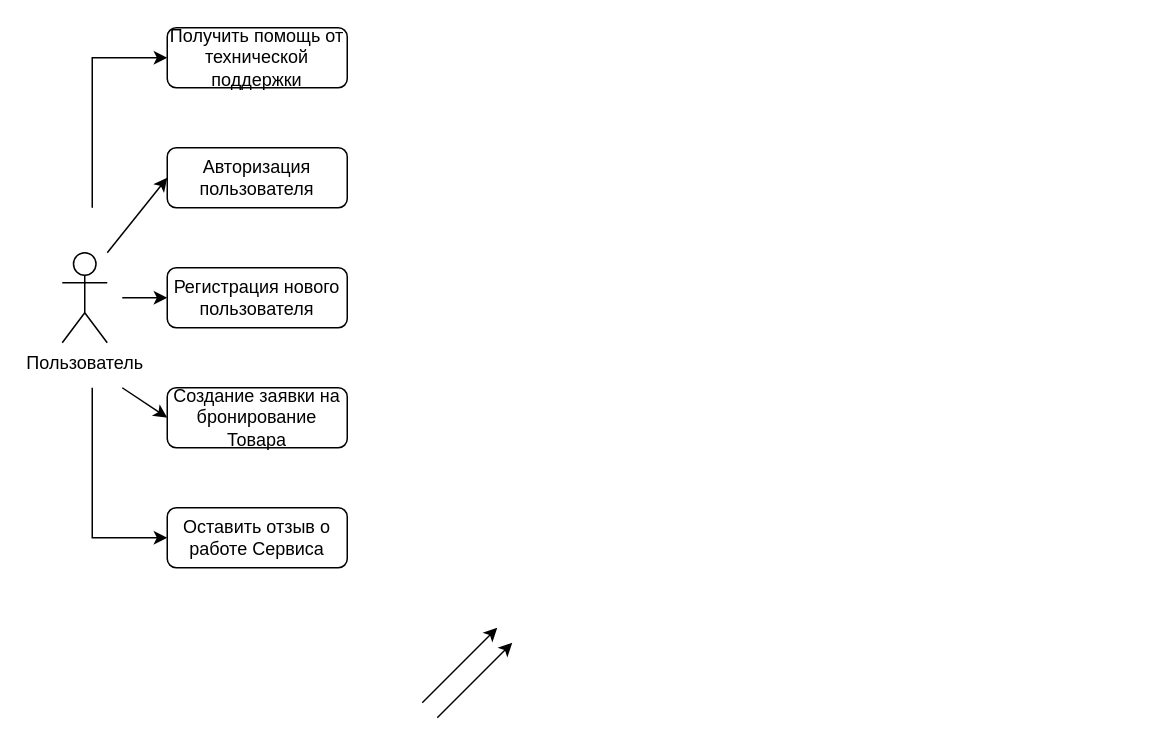
Before: Диаграмма Крутиколеса.drawio in pytonuserouner/UML_study, a draw.io diagram. Source tidied: cells renumbered, new cells numbered last; positions are measured from the earlier drawing's top-left corner, leaving out a move shared by most shapes. Both pictures are drawn from the tidied source at 150%, with x=0, y=0 at pixel (62, 27).
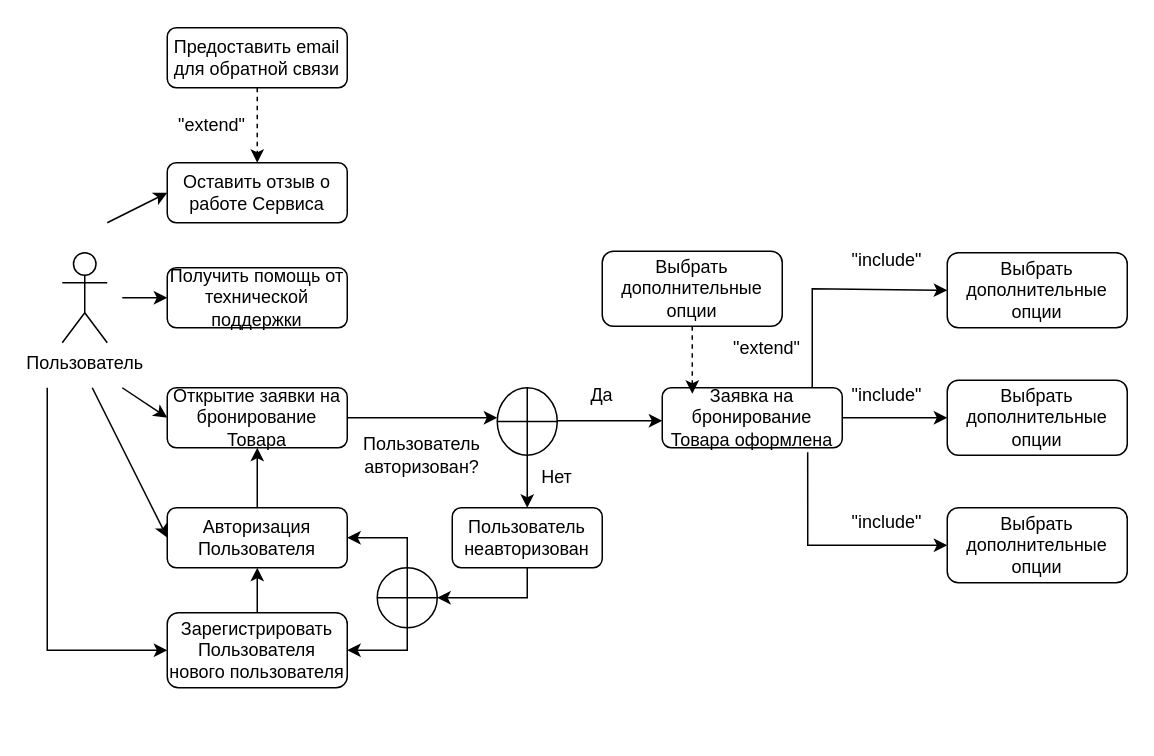
After the change.

Change to the diagram source:
```diff
@@
-    <mxCell id="2" value="Создание заявки на бронирование Товара" style="rounded=1;whiteSpace=wrap;html=1;fontSize=12;glass=0;strokeWidth=1;shadow=0;" parent="1" vertex="1">
+    <mxCell id="2" value="Открытие заявки на бронирование Товара" style="rounded=1;whiteSpace=wrap;html=1;fontSize=12;glass=0;strokeWidth=1;shadow=0;" parent="1" vertex="1">
       <mxGeometry x="70" y="240" width="120" height="40" as="geometry" />
     </mxCell>
-    <mxCell id="3" value="Авторизация пользователя" style="rounded=1;whiteSpace=wrap;html=1;" parent="1" vertex="1">
-      <mxGeometry x="70" y="80" width="120" height="40" as="geometry" />
-    </mxCell>
-    <mxCell id="4" value="Регистрация нового пользователя" style="rounded=1;whiteSpace=wrap;html=1;fontSize=12;glass=0;strokeWidth=1;shadow=0;" parent="1" vertex="1">
-      <mxGeometry x="70" y="160" width="120" height="40" as="geometry" />
+    <mxCell id="4" value="Зарегистрировать Пользователя нового пользователя" style="rounded=1;whiteSpace=wrap;html=1;fontSize=12;glass=0;strokeWidth=1;shadow=0;" parent="1" vertex="1">
+      <mxGeometry x="70" y="390" width="120" height="50" as="geometry" />
     </mxCell>
@@
-    <mxCell id="6" style="endArrow=classic;html=1;rounded=0;entryX=0;entryY=0.5;entryDx=0;entryDy=0;" parent="1" edge="1" target="3">
-      <mxGeometry relative="1" as="geometry">
-        <mxPoint x="30" y="150" as="sourcePoint" />
-      </mxGeometry>
-    </mxCell>
-    <mxCell id="7" style="endArrow=classic;html=1;rounded=0;entryX=0;entryY=0.5;entryDx=0;entryDy=0;" parent="1" edge="1" target="4">
-      <mxGeometry relative="1" as="geometry">
-        <mxPoint x="40" y="180" as="sourcePoint" />
-      </mxGeometry>
-    </mxCell>
@@
-    <mxCell id="9" style="endArrow=classic;html=1;rounded=0;entryX=0;entryY=0.5;entryDx=0;entryDy=0;" parent="1" edge="1" target="13">
-      <mxGeometry relative="1" as="geometry">
-        <mxPoint x="20" y="120" as="sourcePoint" />
-        <Array as="points">
-          <mxPoint x="20" y="20" />
-        </Array>
-      </mxGeometry>
-    </mxCell>
-    <mxCell id="10" style="endArrow=classic;html=1;rounded=0;" parent="1" edge="1">
-      <mxGeometry relative="1" as="geometry">
-        <mxPoint x="20" y="240" as="sourcePoint" />
-        <mxPoint x="70" y="340" as="targetPoint" />
-        <Array as="points">
-          <mxPoint x="20" y="340" />
-        </Array>
-      </mxGeometry>
-    </mxCell>
-    <mxCell id="11" style="endArrow=classic;html=1;rounded=0;" parent="1" edge="1">
+    <mxCell id="11" style="endArrow=classic;html=1;rounded=0;entryX=0;entryY=0.5;entryDx=0;entryDy=0;exitX=1;exitY=0.5;exitDx=0;exitDy=0;" parent="1" edge="1" source="2">
       <mxGeometry relative="1" as="geometry">
-        <mxPoint x="240" y="450" as="sourcePoint" />
-        <mxPoint x="290" y="400" as="targetPoint" />
+        <mxPoint x="290" y="260" as="targetPoint" />
       </mxGeometry>
     </mxCell>
-    <mxCell id="12" style="endArrow=classic;html=1;rounded=0;" parent="1" edge="1">
-      <mxGeometry relative="1" as="geometry">
-        <mxPoint x="250" y="460" as="sourcePoint" />
-        <mxPoint x="300" y="410" as="targetPoint" />
-      </mxGeometry>
-    </mxCell>
     <mxCell id="13" value="Получить помощь от технической поддержки" style="rounded=1;whiteSpace=wrap;html=1;" parent="1" vertex="1">
-      <mxGeometry x="70" width="120" height="40" as="geometry" />
+      <mxGeometry x="70" y="160" width="120" height="40" as="geometry" />
     </mxCell>
     <mxCell id="14" value="Оставить отзыв о работе Сервиса" style="rounded=1;whiteSpace=wrap;html=1;" parent="1" vertex="1">
-      <mxGeometry x="70" y="320" width="120" height="40" as="geometry" />
+      <mxGeometry x="70" y="90" width="120" height="40" as="geometry" />
     </mxCell>
+    <mxCell id="15" value="Пользователь авторизован?" style="text;html=1;align=center;verticalAlign=middle;whiteSpace=wrap;rounded=0;" parent="1" vertex="1">
+      <mxGeometry x="210" y="270" width="60" height="30" as="geometry" />
+    </mxCell>
+    <mxCell id="16" value="Нет" style="text;html=1;align=center;verticalAlign=middle;whiteSpace=wrap;rounded=0;" parent="1" vertex="1">
+      <mxGeometry x="300" y="285" width="60" height="30" as="geometry" />
+    </mxCell>
+    <mxCell id="17" style="endArrow=classic;html=1;rounded=0;entryX=0;entryY=0.5;entryDx=0;entryDy=0;" parent="1" edge="1" target="13">
+      <mxGeometry relative="1" as="geometry">
+        <mxPoint x="40" y="180" as="sourcePoint" />
+      </mxGeometry>
+    </mxCell>
+    <mxCell id="18" style="endArrow=classic;html=1;rounded=0;exitX=0.5;exitY=0;exitDx=0;exitDy=0;entryX=0.5;entryY=1;entryDx=0;entryDy=0;" parent="1" edge="1" source="4" target="20">
+      <mxGeometry relative="1" as="geometry" />
+    </mxCell>
+    <mxCell id="19" value="Да" style="text;html=1;align=center;verticalAlign=middle;whiteSpace=wrap;rounded=0;" parent="1" vertex="1">
+      <mxGeometry x="330" y="230" width="60" height="30" as="geometry" />
+    </mxCell>
+    <mxCell id="20" value="Авторизация Пользователя" style="rounded=1;whiteSpace=wrap;html=1;" parent="1" vertex="1">
+      <mxGeometry x="70" y="320" width="120" height="40" as="geometry" />
+    </mxCell>
+    <mxCell id="21" style="endArrow=classic;html=1;rounded=0;" parent="1" edge="1">
+      <mxGeometry relative="1" as="geometry">
+        <mxPoint x="20" y="240" as="sourcePoint" />
+        <mxPoint x="70" y="340" as="targetPoint" />
+      </mxGeometry>
+    </mxCell>
+    <mxCell id="22" style="endArrow=classic;html=1;rounded=0;entryX=0.5;entryY=1;entryDx=0;entryDy=0;" parent="1" edge="1" target="2">
+      <mxGeometry relative="1" as="geometry">
+        <mxPoint x="130" y="320" as="sourcePoint" />
+      </mxGeometry>
+    </mxCell>
+    <mxCell id="23" value="Пользователь неавторизован" style="rounded=1;whiteSpace=wrap;html=1;" parent="1" vertex="1">
+      <mxGeometry x="260" y="320" width="100" height="40" as="geometry" />
+    </mxCell>
+    <mxCell id="24" style="endArrow=classic;html=1;rounded=0;exitX=0.5;exitY=1;exitDx=0;exitDy=0;entryX=0.5;entryY=0;entryDx=0;entryDy=0;" parent="1" edge="1" source="27" target="23">
+      <mxGeometry relative="1" as="geometry" />
+    </mxCell>
+    <mxCell id="25" style="endArrow=classic;html=1;rounded=0;entryX=0;entryY=0.5;entryDx=0;entryDy=0;edgeStyle=orthogonalEdgeStyle;" parent="1" edge="1" target="4">
+      <mxGeometry relative="1" as="geometry">
+        <mxPoint x="-10" y="240" as="sourcePoint" />
+        <Array as="points">
+          <mxPoint x="-10" y="415" />
+        </Array>
+      </mxGeometry>
+    </mxCell>
+    <mxCell id="26" style="endArrow=classic;html=1;rounded=0;entryX=0;entryY=0.5;entryDx=0;entryDy=0;" parent="1" edge="1" target="14">
+      <mxGeometry relative="1" as="geometry">
+        <mxPoint x="30" y="130" as="sourcePoint" />
+      </mxGeometry>
+    </mxCell>
+    <mxCell id="27" style="shape=orEllipse;perimeter=ellipsePerimeter;whiteSpace=wrap;html=1;backgroundOutline=1;" parent="1" vertex="1">
+      <mxGeometry x="290" y="240" width="40" height="45" as="geometry" />
+    </mxCell>
+    <mxCell id="28" style="endArrow=classic;html=1;rounded=0;" parent="1" edge="1">
+      <mxGeometry relative="1" as="geometry">
+        <mxPoint x="330" y="262" as="sourcePoint" />
+        <mxPoint x="400" y="262" as="targetPoint" />
+      </mxGeometry>
+    </mxCell>
+    <mxCell id="29" style="endArrow=classic;html=1;rounded=0;entryX=0.5;entryY=0;entryDx=0;entryDy=0;dashed=1;" parent="1" edge="1" target="14">
+      <mxGeometry relative="1" as="geometry">
+        <mxPoint x="130" y="40" as="sourcePoint" />
+      </mxGeometry>
+    </mxCell>
+    <mxCell id="30" value="Предоставить email для обратной связи" style="rounded=1;whiteSpace=wrap;html=1;" parent="1" vertex="1">
+      <mxGeometry x="70" width="120" height="40" as="geometry" />
+    </mxCell>
+    <mxCell id="31" value="&quot;extend&quot;" style="text;html=1;align=center;verticalAlign=middle;whiteSpace=wrap;rounded=0;" parent="1" vertex="1">
+      <mxGeometry x="70" y="50" width="60" height="30" as="geometry" />
+    </mxCell>
+    <mxCell id="32" style="shape=orEllipse;perimeter=ellipsePerimeter;whiteSpace=wrap;html=1;backgroundOutline=1;" parent="1" vertex="1">
+      <mxGeometry x="210" y="360" width="40" height="40" as="geometry" />
+    </mxCell>
+    <mxCell id="33" style="endArrow=classic;html=1;rounded=0;entryX=1;entryY=0.5;entryDx=0;entryDy=0;exitX=0.5;exitY=1;exitDx=0;exitDy=0;edgeStyle=orthogonalEdgeStyle;" parent="1" edge="1" source="23" target="32">
+      <mxGeometry relative="1" as="geometry" />
+    </mxCell>
+    <mxCell id="34" style="endArrow=classic;html=1;rounded=0;entryX=1;entryY=0.5;entryDx=0;entryDy=0;exitX=0.5;exitY=0;exitDx=0;exitDy=0;edgeStyle=orthogonalEdgeStyle;" parent="1" edge="1" source="32" target="20">
+      <mxGeometry relative="1" as="geometry" />
+    </mxCell>
+    <mxCell id="35" style="endArrow=classic;html=1;rounded=0;entryX=1;entryY=0.5;entryDx=0;entryDy=0;exitX=0.5;exitY=1;exitDx=0;exitDy=0;edgeStyle=orthogonalEdgeStyle;" parent="1" edge="1" source="32" target="4">
+      <mxGeometry relative="1" as="geometry" />
+    </mxCell>
+    <mxCell id="36" value="Заявка на бронирование Товара оформлена" style="rounded=1;whiteSpace=wrap;html=1;fontSize=12;glass=0;strokeWidth=1;shadow=0;" parent="1" vertex="1">
+      <mxGeometry x="400" y="240" width="120" height="40" as="geometry" />
+    </mxCell>
+    <mxCell id="37" value="Выбрать дополнительные опции" style="rounded=1;whiteSpace=wrap;html=1;fontSize=12;glass=0;strokeWidth=1;shadow=0;" parent="1" vertex="1">
+      <mxGeometry x="360" y="149" width="120" height="50" as="geometry" />
+    </mxCell>
+    <mxCell id="38" style="endArrow=classic;html=1;rounded=0;exitX=0.5;exitY=1;exitDx=0;exitDy=0;dashed=1;entryX=0.167;entryY=0.1;entryDx=0;entryDy=0;entryPerimeter=0;" parent="1" edge="1" source="37" target="36">
+      <mxGeometry relative="1" as="geometry" />
+    </mxCell>
+    <mxCell id="39" value="&quot;extend&quot;" style="text;html=1;align=center;verticalAlign=middle;whiteSpace=wrap;rounded=0;" parent="1" vertex="1">
+      <mxGeometry x="440" y="199" width="60" height="30" as="geometry" />
+    </mxCell>
+    <mxCell id="40" value="Выбрать дополнительные опции" style="rounded=1;whiteSpace=wrap;html=1;fontSize=12;glass=0;strokeWidth=1;shadow=0;" parent="1" vertex="1">
+      <mxGeometry x="590" y="150" width="120" height="50" as="geometry" />
+    </mxCell>
+    <mxCell id="41" value="Выбрать дополнительные опции" style="rounded=1;whiteSpace=wrap;html=1;fontSize=12;glass=0;strokeWidth=1;shadow=0;" parent="1" vertex="1">
+      <mxGeometry x="590" y="235" width="120" height="50" as="geometry" />
+    </mxCell>
+    <mxCell id="42" value="Выбрать дополнительные опции" style="rounded=1;whiteSpace=wrap;html=1;fontSize=12;glass=0;strokeWidth=1;shadow=0;" parent="1" vertex="1">
+      <mxGeometry x="590" y="320" width="120" height="50" as="geometry" />
+    </mxCell>
+    <mxCell id="43" style="endArrow=classic;html=1;rounded=0;entryX=0;entryY=0.5;entryDx=0;entryDy=0;edgeStyle=orthogonalEdgeStyle;" parent="1" edge="1" target="40">
+      <mxGeometry relative="1" as="geometry">
+        <mxPoint x="500" y="240" as="sourcePoint" />
+        <Array as="points">
+          <mxPoint x="500" y="174" />
+        </Array>
+      </mxGeometry>
+    </mxCell>
+    <mxCell id="44" style="endArrow=classic;html=1;rounded=0;exitX=1;exitY=0.5;exitDx=0;exitDy=0;" parent="1" edge="1" source="36" target="41">
+      <mxGeometry relative="1" as="geometry" />
+    </mxCell>
+    <mxCell id="45" style="endArrow=classic;html=1;rounded=0;exitX=0.808;exitY=1.075;exitDx=0;exitDy=0;exitPerimeter=0;entryX=0;entryY=0.5;entryDx=0;entryDy=0;edgeStyle=orthogonalEdgeStyle;" parent="1" edge="1" source="36" target="42">
+      <mxGeometry relative="1" as="geometry">
+        <Array as="points">
+          <mxPoint x="497" y="345" />
+        </Array>
+      </mxGeometry>
+    </mxCell>
+    <mxCell id="46" value="&quot;include&quot;" style="text;html=1;align=center;verticalAlign=middle;whiteSpace=wrap;rounded=0;" parent="1" vertex="1">
+      <mxGeometry x="520" y="230" width="60" height="30" as="geometry" />
+    </mxCell>
+    <mxCell id="47" value="&quot;include&quot;" style="text;html=1;align=center;verticalAlign=middle;whiteSpace=wrap;rounded=0;" parent="1" vertex="1">
+      <mxGeometry x="520" y="315" width="60" height="30" as="geometry" />
+    </mxCell>
+    <mxCell id="48" value="&quot;include&quot;" style="text;html=1;align=center;verticalAlign=middle;whiteSpace=wrap;rounded=0;" parent="1" vertex="1">
+      <mxGeometry x="520" y="140" width="60" height="30" as="geometry" />
+    </mxCell>
```
